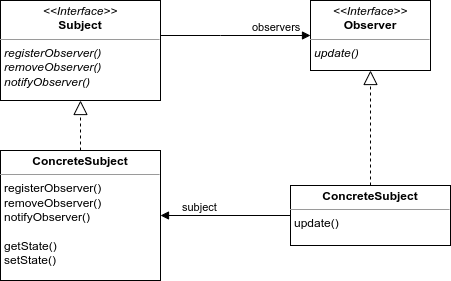
Before: 02.Observer/ObserverDiagram.drawio.png, a diagram exported from draw.io (StanlyShauro/head-first-2020-ruby-design-patterns). Source tidied: cells renumbered, new cells last; positions are measured from the earlier drawing's top-left corner, leaving out a move shared by most shapes. Source of this version:
```xml
<mxGraphModel>
  <root>
    <mxCell id="0" />
    <mxCell id="1" parent="0" />
    <mxCell id="2" value="&lt;p style=&quot;margin:0px;margin-top:4px;text-align:center;&quot;&gt;&lt;i&gt;&amp;lt;&amp;lt;Interface&amp;gt;&amp;gt;&lt;/i&gt;&lt;br&gt;&lt;b&gt;Observer&lt;/b&gt;&lt;/p&gt;&lt;hr size=&quot;1&quot;&gt;&lt;p style=&quot;margin:0px;margin-left:4px;&quot;&gt;&lt;/p&gt;&lt;p style=&quot;margin:0px;margin-left:4px;&quot;&gt;&lt;i&gt;update()&lt;/i&gt;&lt;/p&gt;" style="verticalAlign=top;align=left;overflow=fill;fontSize=12;fontFamily=Helvetica;html=1;whiteSpace=wrap;" parent="1" vertex="1">
      <mxGeometry x="310" width="120" height="70" as="geometry" />
    </mxCell>
    <mxCell id="3" value="&lt;p style=&quot;margin:0px;margin-top:4px;text-align:center;&quot;&gt;&lt;i&gt;&amp;lt;&amp;lt;Interface&amp;gt;&amp;gt;&lt;/i&gt;&lt;br&gt;&lt;b&gt;Subject&lt;/b&gt;&lt;/p&gt;&lt;hr size=&quot;1&quot;&gt;&lt;p style=&quot;margin:0px;margin-left:4px;&quot;&gt;&lt;/p&gt;&lt;p style=&quot;margin:0px;margin-left:4px;&quot;&gt;&lt;span style=&quot;background-color: initial;&quot;&gt;&lt;i&gt;registerObserver()&lt;/i&gt;&lt;/span&gt;&lt;/p&gt;&lt;p style=&quot;margin:0px;margin-left:4px;&quot;&gt;&lt;i&gt;&lt;span style=&quot;background-color: initial;&quot;&gt;r&lt;/span&gt;&lt;span style=&quot;background-color: initial;&quot;&gt;emoveObserver()&lt;/span&gt;&lt;/i&gt;&lt;/p&gt;&lt;p style=&quot;margin:0px;margin-left:4px;&quot;&gt;&lt;span style=&quot;border-color: var(--border-color); background-color: initial;&quot;&gt;&lt;i&gt;notifyObserver()&lt;/i&gt;&lt;/span&gt;&lt;br&gt;&lt;/p&gt;&lt;p style=&quot;margin:0px;margin-left:4px;&quot;&gt;&lt;br&gt;&lt;/p&gt;&lt;p style=&quot;margin:0px;margin-left:4px;&quot;&gt;&lt;br&gt;&lt;/p&gt;" style="verticalAlign=top;align=left;overflow=fill;fontSize=12;fontFamily=Helvetica;html=1;whiteSpace=wrap;" parent="1" vertex="1">
      <mxGeometry width="160" height="100" as="geometry" />
    </mxCell>
    <mxCell id="4" value="&lt;p style=&quot;margin:0px;margin-top:4px;text-align:center;&quot;&gt;&lt;b&gt;ConcreteSubject&lt;/b&gt;&lt;br&gt;&lt;/p&gt;&lt;hr size=&quot;1&quot;&gt;&lt;p style=&quot;border-color: var(--border-color); margin: 0px 0px 0px 4px;&quot;&gt;&lt;span style=&quot;border-color: var(--border-color);&quot;&gt;registerObserver()&lt;/span&gt;&lt;/p&gt;&lt;p style=&quot;border-color: var(--border-color); margin: 0px 0px 0px 4px;&quot;&gt;&lt;span style=&quot;border-color: var(--border-color);&quot;&gt;&lt;span style=&quot;border-color: var(--border-color); background-color: initial;&quot;&gt;r&lt;/span&gt;&lt;span style=&quot;border-color: var(--border-color); background-color: initial;&quot;&gt;emoveObserver()&lt;/span&gt;&lt;/span&gt;&lt;/p&gt;&lt;p style=&quot;border-color: var(--border-color); margin: 0px 0px 0px 4px;&quot;&gt;&lt;span style=&quot;border-color: var(--border-color); background-color: initial;&quot;&gt;&lt;span style=&quot;border-color: var(--border-color);&quot;&gt;notifyObserver()&lt;/span&gt;&lt;/span&gt;&lt;/p&gt;&lt;p style=&quot;border-color: var(--border-color); margin: 0px 0px 0px 4px;&quot;&gt;&lt;span style=&quot;border-color: var(--border-color); background-color: initial;&quot;&gt;&lt;span style=&quot;border-color: var(--border-color);&quot;&gt;&lt;br&gt;&lt;/span&gt;&lt;/span&gt;&lt;/p&gt;&lt;p style=&quot;border-color: var(--border-color); margin: 0px 0px 0px 4px;&quot;&gt;&lt;span style=&quot;border-color: var(--border-color); background-color: initial;&quot;&gt;&lt;span style=&quot;border-color: var(--border-color);&quot;&gt;getState()&lt;/span&gt;&lt;/span&gt;&lt;/p&gt;&lt;p style=&quot;border-color: var(--border-color); margin: 0px 0px 0px 4px;&quot;&gt;&lt;span style=&quot;border-color: var(--border-color); background-color: initial;&quot;&gt;&lt;span style=&quot;border-color: var(--border-color);&quot;&gt;setState()&lt;/span&gt;&lt;/span&gt;&lt;/p&gt;" style="verticalAlign=top;align=left;overflow=fill;fontSize=12;fontFamily=Helvetica;html=1;whiteSpace=wrap;" parent="1" vertex="1">
      <mxGeometry y="150" width="160" height="130" as="geometry" />
    </mxCell>
    <mxCell id="5" style="endArrow=block;dashed=1;endFill=0;endSize=12;html=1;rounded=0;" parent="1" edge="1" source="4" target="3">
      <mxGeometry relative="1" as="geometry" />
    </mxCell>
    <mxCell id="6" style="endArrow=block;endFill=1;html=1;edgeStyle=orthogonalEdgeStyle;align=left;verticalAlign=top;rounded=0;" parent="1" edge="1" source="3" target="2">
      <mxGeometry x="-0.47" y="5" relative="1" as="geometry">
        <Array as="points">
          <mxPoint x="220" y="35" />
          <mxPoint x="220" y="35" />
        </Array>
      </mxGeometry>
    </mxCell>
    <mxCell id="7" value="observers" style="edgeLabel;html=1;align=left;verticalAlign=bottom;rotation=0;" parent="6" vertex="1">
      <mxGeometry x="-1" relative="1" as="geometry">
        <mxPoint x="90" as="offset" />
      </mxGeometry>
    </mxCell>
    <mxCell id="8" value="&lt;p style=&quot;margin:0px;margin-top:4px;text-align:center;&quot;&gt;&lt;b&gt;ConcreteSubject&lt;/b&gt;&lt;br&gt;&lt;/p&gt;&lt;hr size=&quot;1&quot;&gt;&lt;p style=&quot;border-color: var(--border-color); margin: 0px 0px 0px 4px;&quot;&gt;&lt;span style=&quot;border-color: var(--border-color);&quot;&gt;update()&lt;/span&gt;&lt;br&gt;&lt;/p&gt;" style="verticalAlign=top;align=left;overflow=fill;fontSize=12;fontFamily=Helvetica;html=1;whiteSpace=wrap;" parent="1" vertex="1">
      <mxGeometry x="290" y="185" width="160" height="60" as="geometry" />
    </mxCell>
    <mxCell id="9" style="endArrow=block;dashed=1;endFill=0;endSize=12;html=1;rounded=0;" parent="1" edge="1" source="8" target="2">
      <mxGeometry relative="1" as="geometry" />
    </mxCell>
    <mxCell id="10" style="endArrow=block;endFill=1;html=1;edgeStyle=orthogonalEdgeStyle;align=left;verticalAlign=top;rounded=0;" parent="1" edge="1" source="8" target="4">
      <mxGeometry x="-1" relative="1" as="geometry" />
    </mxCell>
    <mxCell id="11" value="subject" style="edgeLabel;html=1;align=left;verticalAlign=bottom;" parent="10" vertex="1">
      <mxGeometry x="-1" relative="1" as="geometry">
        <mxPoint x="-110" as="offset" />
      </mxGeometry>
    </mxCell>
  </root>
</mxGraphModel>
```
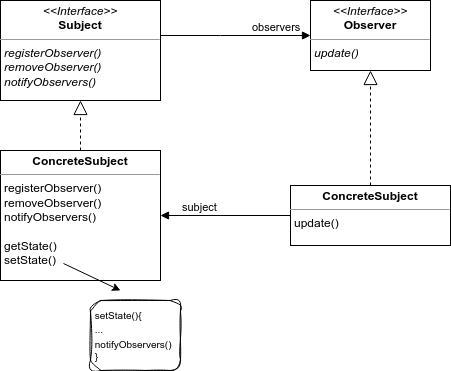
The same diagram one commit later.

Commit message:
add WeatherStation Diagram

What changed in the source:
```diff
@@ -5,10 +5,10 @@
     <mxCell id="2" value="&lt;p style=&quot;margin:0px;margin-top:4px;text-align:center;&quot;&gt;&lt;i&gt;&amp;lt;&amp;lt;Interface&amp;gt;&amp;gt;&lt;/i&gt;&lt;br&gt;&lt;b&gt;Observer&lt;/b&gt;&lt;/p&gt;&lt;hr size=&quot;1&quot;&gt;&lt;p style=&quot;margin:0px;margin-left:4px;&quot;&gt;&lt;/p&gt;&lt;p style=&quot;margin:0px;margin-left:4px;&quot;&gt;&lt;i&gt;update()&lt;/i&gt;&lt;/p&gt;" style="verticalAlign=top;align=left;overflow=fill;fontSize=12;fontFamily=Helvetica;html=1;whiteSpace=wrap;" parent="1" vertex="1">
       <mxGeometry x="310" width="120" height="70" as="geometry" />
     </mxCell>
-    <mxCell id="3" value="&lt;p style=&quot;margin:0px;margin-top:4px;text-align:center;&quot;&gt;&lt;i&gt;&amp;lt;&amp;lt;Interface&amp;gt;&amp;gt;&lt;/i&gt;&lt;br&gt;&lt;b&gt;Subject&lt;/b&gt;&lt;/p&gt;&lt;hr size=&quot;1&quot;&gt;&lt;p style=&quot;margin:0px;margin-left:4px;&quot;&gt;&lt;/p&gt;&lt;p style=&quot;margin:0px;margin-left:4px;&quot;&gt;&lt;span style=&quot;background-color: initial;&quot;&gt;&lt;i&gt;registerObserver()&lt;/i&gt;&lt;/span&gt;&lt;/p&gt;&lt;p style=&quot;margin:0px;margin-left:4px;&quot;&gt;&lt;i&gt;&lt;span style=&quot;background-color: initial;&quot;&gt;r&lt;/span&gt;&lt;span style=&quot;background-color: initial;&quot;&gt;emoveObserver()&lt;/span&gt;&lt;/i&gt;&lt;/p&gt;&lt;p style=&quot;margin:0px;margin-left:4px;&quot;&gt;&lt;span style=&quot;border-color: var(--border-color); background-color: initial;&quot;&gt;&lt;i&gt;notifyObserver()&lt;/i&gt;&lt;/span&gt;&lt;br&gt;&lt;/p&gt;&lt;p style=&quot;margin:0px;margin-left:4px;&quot;&gt;&lt;br&gt;&lt;/p&gt;&lt;p style=&quot;margin:0px;margin-left:4px;&quot;&gt;&lt;br&gt;&lt;/p&gt;" style="verticalAlign=top;align=left;overflow=fill;fontSize=12;fontFamily=Helvetica;html=1;whiteSpace=wrap;" parent="1" vertex="1">
+    <mxCell id="3" value="&lt;p style=&quot;margin:0px;margin-top:4px;text-align:center;&quot;&gt;&lt;i&gt;&amp;lt;&amp;lt;Interface&amp;gt;&amp;gt;&lt;/i&gt;&lt;br&gt;&lt;b&gt;Subject&lt;/b&gt;&lt;/p&gt;&lt;hr size=&quot;1&quot;&gt;&lt;p style=&quot;margin:0px;margin-left:4px;&quot;&gt;&lt;/p&gt;&lt;p style=&quot;margin:0px;margin-left:4px;&quot;&gt;&lt;span style=&quot;background-color: initial;&quot;&gt;&lt;i&gt;registerObserver()&lt;/i&gt;&lt;/span&gt;&lt;/p&gt;&lt;p style=&quot;margin:0px;margin-left:4px;&quot;&gt;&lt;i&gt;&lt;span style=&quot;background-color: initial;&quot;&gt;r&lt;/span&gt;&lt;span style=&quot;background-color: initial;&quot;&gt;emoveObserver()&lt;/span&gt;&lt;/i&gt;&lt;/p&gt;&lt;p style=&quot;margin:0px;margin-left:4px;&quot;&gt;&lt;span style=&quot;border-color: var(--border-color); background-color: initial;&quot;&gt;&lt;i&gt;notifyObservers()&lt;/i&gt;&lt;/span&gt;&lt;br&gt;&lt;/p&gt;&lt;p style=&quot;margin:0px;margin-left:4px;&quot;&gt;&lt;br&gt;&lt;/p&gt;&lt;p style=&quot;margin:0px;margin-left:4px;&quot;&gt;&lt;br&gt;&lt;/p&gt;" style="verticalAlign=top;align=left;overflow=fill;fontSize=12;fontFamily=Helvetica;html=1;whiteSpace=wrap;" parent="1" vertex="1">
       <mxGeometry width="160" height="100" as="geometry" />
     </mxCell>
-    <mxCell id="4" value="&lt;p style=&quot;margin:0px;margin-top:4px;text-align:center;&quot;&gt;&lt;b&gt;ConcreteSubject&lt;/b&gt;&lt;br&gt;&lt;/p&gt;&lt;hr size=&quot;1&quot;&gt;&lt;p style=&quot;border-color: var(--border-color); margin: 0px 0px 0px 4px;&quot;&gt;&lt;span style=&quot;border-color: var(--border-color);&quot;&gt;registerObserver()&lt;/span&gt;&lt;/p&gt;&lt;p style=&quot;border-color: var(--border-color); margin: 0px 0px 0px 4px;&quot;&gt;&lt;span style=&quot;border-color: var(--border-color);&quot;&gt;&lt;span style=&quot;border-color: var(--border-color); background-color: initial;&quot;&gt;r&lt;/span&gt;&lt;span style=&quot;border-color: var(--border-color); background-color: initial;&quot;&gt;emoveObserver()&lt;/span&gt;&lt;/span&gt;&lt;/p&gt;&lt;p style=&quot;border-color: var(--border-color); margin: 0px 0px 0px 4px;&quot;&gt;&lt;span style=&quot;border-color: var(--border-color); background-color: initial;&quot;&gt;&lt;span style=&quot;border-color: var(--border-color);&quot;&gt;notifyObserver()&lt;/span&gt;&lt;/span&gt;&lt;/p&gt;&lt;p style=&quot;border-color: var(--border-color); margin: 0px 0px 0px 4px;&quot;&gt;&lt;span style=&quot;border-color: var(--border-color); background-color: initial;&quot;&gt;&lt;span style=&quot;border-color: var(--border-color);&quot;&gt;&lt;br&gt;&lt;/span&gt;&lt;/span&gt;&lt;/p&gt;&lt;p style=&quot;border-color: var(--border-color); margin: 0px 0px 0px 4px;&quot;&gt;&lt;span style=&quot;border-color: var(--border-color); background-color: initial;&quot;&gt;&lt;span style=&quot;border-color: var(--border-color);&quot;&gt;getState()&lt;/span&gt;&lt;/span&gt;&lt;/p&gt;&lt;p style=&quot;border-color: var(--border-color); margin: 0px 0px 0px 4px;&quot;&gt;&lt;span style=&quot;border-color: var(--border-color); background-color: initial;&quot;&gt;&lt;span style=&quot;border-color: var(--border-color);&quot;&gt;setState()&lt;/span&gt;&lt;/span&gt;&lt;/p&gt;" style="verticalAlign=top;align=left;overflow=fill;fontSize=12;fontFamily=Helvetica;html=1;whiteSpace=wrap;" parent="1" vertex="1">
+    <mxCell id="4" value="&lt;p style=&quot;margin:0px;margin-top:4px;text-align:center;&quot;&gt;&lt;b&gt;ConcreteSubject&lt;/b&gt;&lt;br&gt;&lt;/p&gt;&lt;hr size=&quot;1&quot;&gt;&lt;p style=&quot;border-color: var(--border-color); margin: 0px 0px 0px 4px;&quot;&gt;&lt;span style=&quot;border-color: var(--border-color);&quot;&gt;registerObserver()&lt;/span&gt;&lt;/p&gt;&lt;p style=&quot;border-color: var(--border-color); margin: 0px 0px 0px 4px;&quot;&gt;&lt;span style=&quot;border-color: var(--border-color);&quot;&gt;&lt;span style=&quot;border-color: var(--border-color); background-color: initial;&quot;&gt;r&lt;/span&gt;&lt;span style=&quot;border-color: var(--border-color); background-color: initial;&quot;&gt;emoveObserver()&lt;/span&gt;&lt;/span&gt;&lt;/p&gt;&lt;p style=&quot;border-color: var(--border-color); margin: 0px 0px 0px 4px;&quot;&gt;&lt;span style=&quot;border-color: var(--border-color); background-color: initial;&quot;&gt;&lt;span style=&quot;border-color: var(--border-color);&quot;&gt;notifyObservers()&lt;/span&gt;&lt;/span&gt;&lt;/p&gt;&lt;p style=&quot;border-color: var(--border-color); margin: 0px 0px 0px 4px;&quot;&gt;&lt;span style=&quot;border-color: var(--border-color); background-color: initial;&quot;&gt;&lt;span style=&quot;border-color: var(--border-color);&quot;&gt;&lt;br&gt;&lt;/span&gt;&lt;/span&gt;&lt;/p&gt;&lt;p style=&quot;border-color: var(--border-color); margin: 0px 0px 0px 4px;&quot;&gt;&lt;span style=&quot;border-color: var(--border-color); background-color: initial;&quot;&gt;&lt;span style=&quot;border-color: var(--border-color);&quot;&gt;getState()&lt;/span&gt;&lt;/span&gt;&lt;/p&gt;&lt;p style=&quot;border-color: var(--border-color); margin: 0px 0px 0px 4px;&quot;&gt;&lt;span style=&quot;border-color: var(--border-color); background-color: initial;&quot;&gt;&lt;span style=&quot;border-color: var(--border-color);&quot;&gt;setState()&lt;/span&gt;&lt;/span&gt;&lt;/p&gt;" style="verticalAlign=top;align=left;overflow=fill;fontSize=12;fontFamily=Helvetica;html=1;whiteSpace=wrap;" parent="1" vertex="1">
       <mxGeometry y="150" width="160" height="130" as="geometry" />
     </mxCell>
     <mxCell id="5" style="endArrow=block;dashed=1;endFill=0;endSize=12;html=1;rounded=0;" parent="1" edge="1" source="4" target="3">
@@ -41,5 +41,14 @@
         <mxPoint x="-110" as="offset" />
       </mxGeometry>
     </mxCell>
+    <mxCell id="12" value="&lt;font style=&quot;font-size: 10px;&quot;&gt;&amp;nbsp;setState(){&lt;br&gt;&amp;nbsp;...&lt;br&gt;&amp;nbsp;notifyObservers()&lt;br&gt;&lt;/font&gt;&lt;div style=&quot;font-size: 10px;&quot;&gt;&lt;span style=&quot;background-color: initial;&quot;&gt;&lt;font style=&quot;font-size: 10px;&quot;&gt;&amp;nbsp;}&lt;/font&gt;&lt;/span&gt;&lt;/div&gt;" style="text;html=1;strokeColor=default;fillColor=none;align=left;verticalAlign=middle;whiteSpace=wrap;rounded=1;glass=0;shadow=0;sketch=1;curveFitting=1;jiggle=2;perimeterSpacing=0;" parent="1" vertex="1">
+      <mxGeometry x="90" y="300" width="90" height="70" as="geometry" />
+    </mxCell>
+    <mxCell id="13" style="endArrow=classic;html=1;" parent="1" edge="1">
+      <mxGeometry relative="1" as="geometry">
+        <mxPoint x="63" y="263" as="sourcePoint" />
+        <mxPoint x="120" y="290" as="targetPoint" />
+      </mxGeometry>
+    </mxCell>
   </root>
 </mxGraphModel>
```
